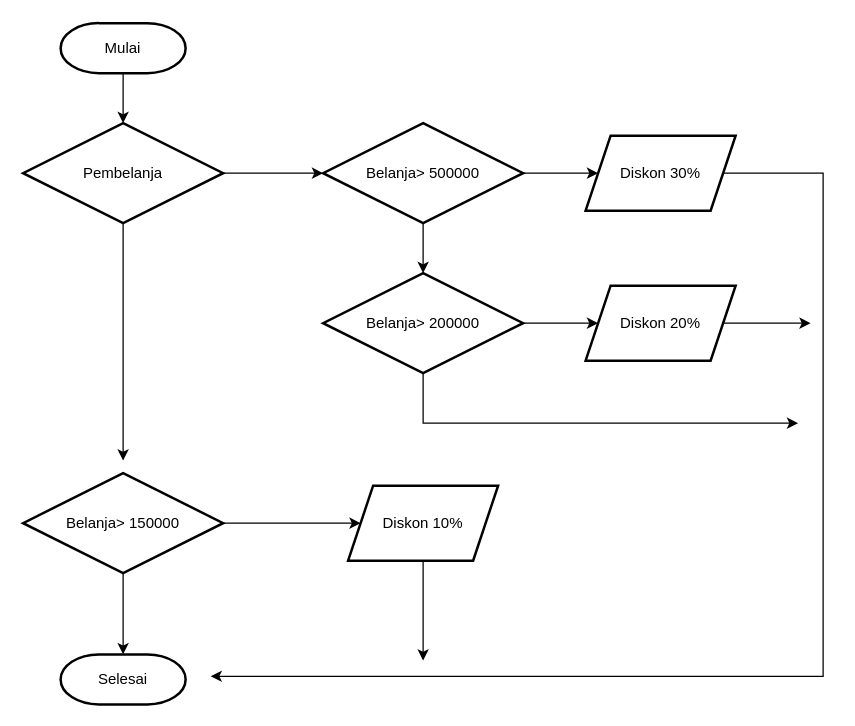
The draw.io diagram Percabangan.drawio in lusy17/Algo_B_23241048_, before the edit. Source tidied: cells renumbered, new cells numbered last; positions are measured from the earlier drawing's top-left corner, leaving out a move shared by most shapes. Both pictures are drawn from the tidied source at 125%, with x=0, y=0 at pixel (22, 22).
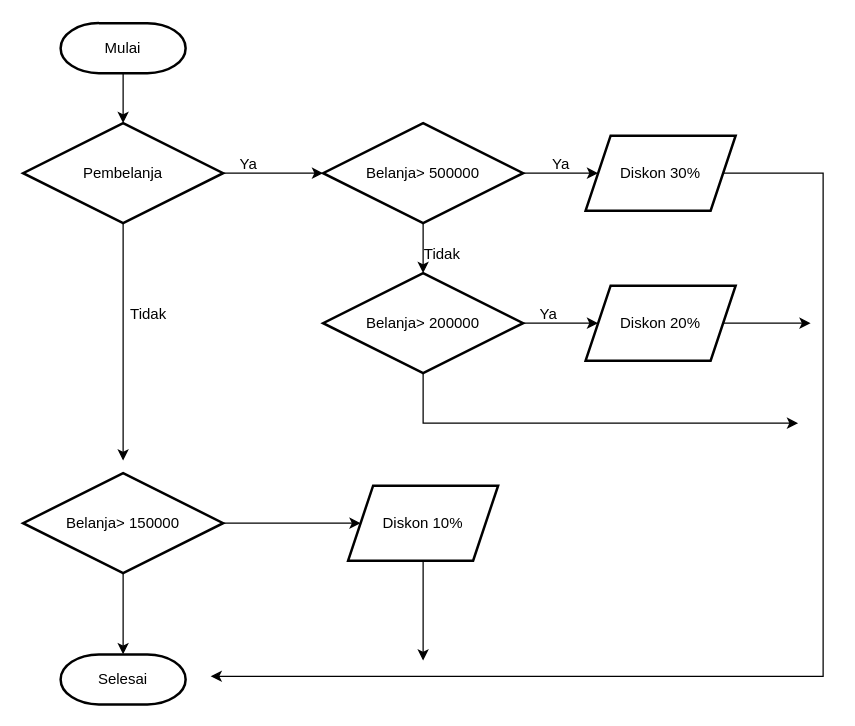
After the change.

The edit, as a diff of the source:
```diff
@@
+    <mxCell id="23" value="Ya" style="text;html=1;align=center;verticalAlign=middle;strokeColor=none;fillColor=none;" parent="1" vertex="1">
+      <mxGeometry x="160" y="98" width="40" height="30" as="geometry" />
+    </mxCell>
+    <mxCell id="24" value="Tidak" style="text;html=1;align=center;verticalAlign=middle;strokeColor=none;fillColor=none;" parent="1" vertex="1">
+      <mxGeometry x="75" y="218" width="50" height="30" as="geometry" />
+    </mxCell>
+    <mxCell id="25" value="Ya" style="text;html=1;align=center;verticalAlign=middle;strokeColor=none;fillColor=none;" parent="1" vertex="1">
+      <mxGeometry x="410" y="98" width="40" height="30" as="geometry" />
+    </mxCell>
+    <mxCell id="26" value="Ya" style="text;html=1;align=center;verticalAlign=middle;strokeColor=none;fillColor=none;" parent="1" vertex="1">
+      <mxGeometry x="400" y="218" width="40" height="30" as="geometry" />
+    </mxCell>
+    <mxCell id="27" value="Tidak" style="text;html=1;align=center;verticalAlign=middle;strokeColor=none;fillColor=none;" parent="1" vertex="1">
+      <mxGeometry x="310" y="170" width="50" height="30" as="geometry" />
+    </mxCell>
```
